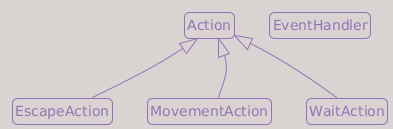
The PlantUML diagram content/tutorials/tcod/v3/images/part1_classes.png in Darky-Lucera/roguelike-tutorials-website, before a commit.
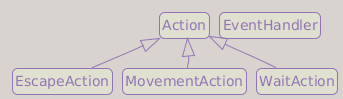
The same file after the commit.

The edit, as a diff of the source:
```diff
@@ -14,22 +14,25 @@
 skinparam noteMargin 2
 skinparam notePadding 2
 
+skinparam nodesep 10
+skinparam ranksep 30
+
 set namespaceSeparator none
 
 
-class "Action" as game.actions.Action {
+class "Action" as game.actions.Action #e0e0d0 {
 }
 
-class "EscapeAction" as game.actions.EscapeAction {
+class "EscapeAction" as game.actions.EscapeAction #e0e0d0 {
 }
 
-class "EventHandler" as game.input_handlers.EventHandler {
+class "EventHandler" as game.input_handlers.EventHandler #e0e0d0 {
 }
 
-class "MovementAction" as game.actions.MovementAction {
+class "MovementAction" as game.actions.MovementAction #e0e0d0 {
 }
 
-class "WaitAction" as game.actions.WaitAction {
+class "WaitAction" as game.actions.WaitAction #e0e0d0 {
 }
 
 
```
